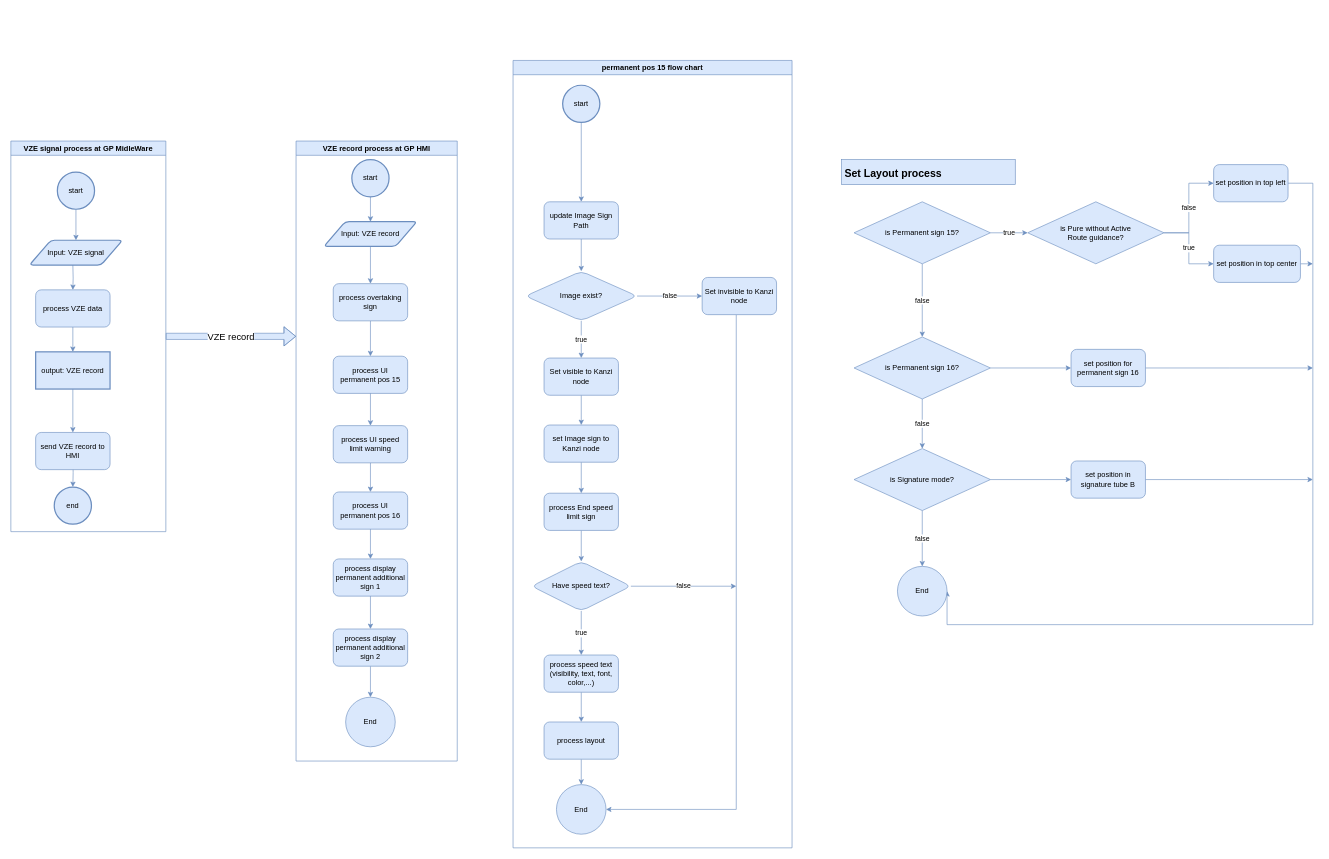
This is permanent_logic.drawio from LinhLa/Temp, a draw.io file, before an edit. Source tidied: cells renumbered, new cells numbered last; positions are measured from the earlier drawing's top-left corner, leaving out a move shared by most shapes. Both pictures are drawn from the tidied source at 62%, with x=0, y=0 at pixel (11, 60).
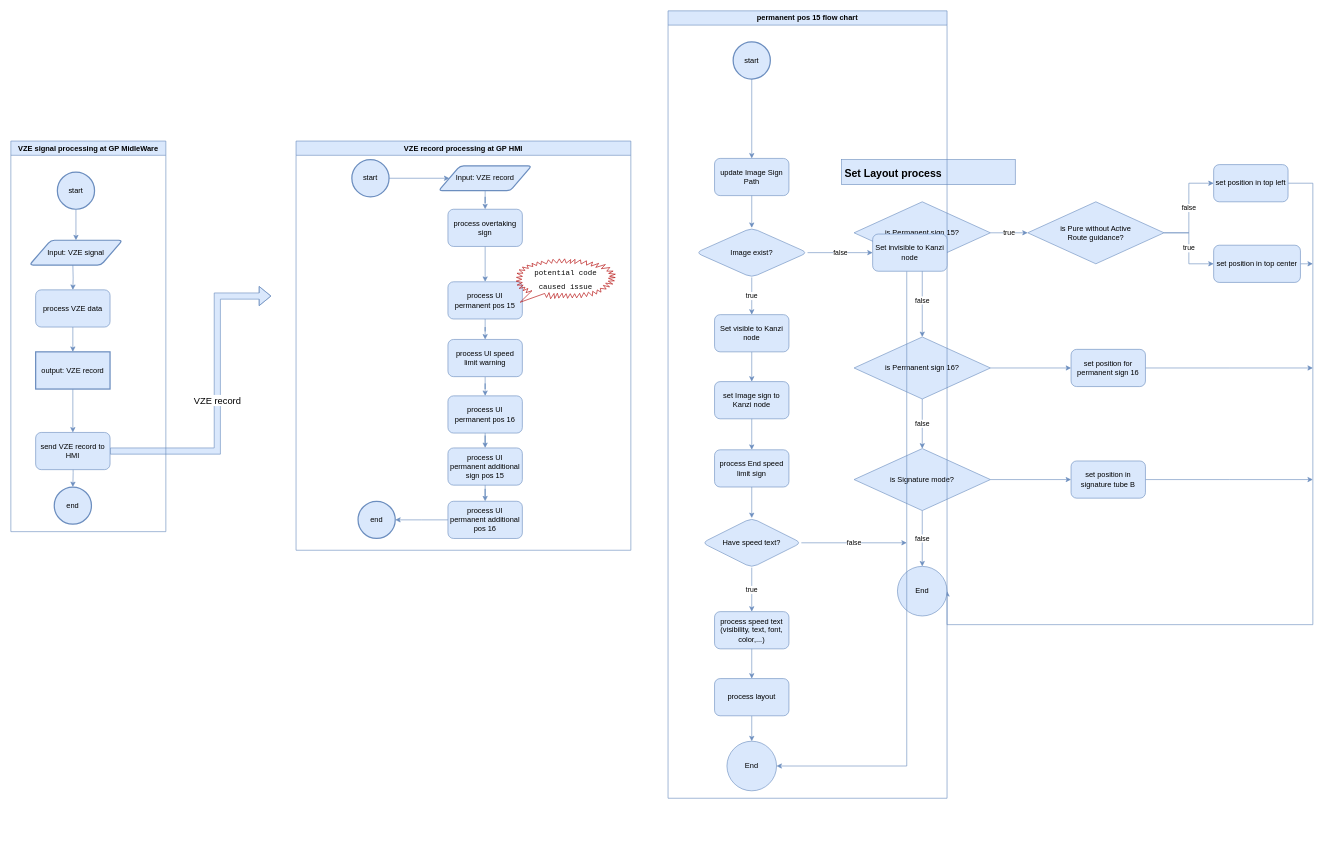
The same diagram, later.

The change refers to these unchanged cells:
```xml
<mxCell id="33" value="send VZE record to HMI" style="whiteSpace=wrap;html=1;fillColor=#dae8fc;strokeColor=#6c8ebf;rounded=1;" parent="25" vertex="1">
  <mxGeometry x="40" y="470" width="120" height="60" as="geometry" />
</mxCell>
```

Diff of the diagram source:
```diff
@@
-    <mxCell id="24" value="&lt;font style=&quot;font-size: 15px;&quot;&gt;VZE record&lt;/font&gt;" style="edgeStyle=orthogonalEdgeStyle;rounded=0;jettySize=auto;html=1;shape=flexArrow;fillColor=#dae8fc;strokeColor=#6c8ebf;" parent="1" edge="1" source="25">
+    <mxCell id="24" value="&lt;font style=&quot;font-size: 15px;&quot;&gt;VZE record&lt;/font&gt;" style="edgeStyle=orthogonalEdgeStyle;rounded=0;jettySize=auto;html=1;shape=flexArrow;fillColor=#dae8fc;strokeColor=#6c8ebf;exitX=1;exitY=0.5;exitDx=0;exitDy=0;" parent="1" edge="1" source="33">
       <mxGeometry relative="1" as="geometry">
-        <mxPoint x="460" y="445" as="targetPoint" />
+        <mxPoint x="420" y="380" as="targetPoint" />
+        <Array as="points">
+          <mxPoint x="333" y="630" />
+          <mxPoint x="333" y="380" />
+        </Array>
       </mxGeometry>
     </mxCell>
-    <mxCell id="25" value="VZE signal process at GP MidleWare" style="swimlane;whiteSpace=wrap;html=1;fillColor=#dae8fc;strokeColor=#6c8ebf;" parent="1" vertex="1">
+    <mxCell id="25" value="VZE signal&amp;nbsp;processing&amp;nbsp;at GP MidleWare" style="swimlane;whiteSpace=wrap;html=1;fillColor=#dae8fc;strokeColor=#6c8ebf;" parent="1" vertex="1">
       <mxGeometry y="130" width="250" height="630" as="geometry" />
     </mxCell>
@@
-    <mxCell id="37" value="VZE record process at GP HMI" style="swimlane;whiteSpace=wrap;html=1;fillColor=#dae8fc;strokeColor=#6c8ebf;" parent="1" vertex="1">
-      <mxGeometry x="460" y="130" width="260" height="1000" as="geometry" />
+    <mxCell id="37" value="VZE record&amp;nbsp;processing&amp;nbsp;at GP HMI" style="swimlane;whiteSpace=wrap;html=1;fillColor=#dae8fc;strokeColor=#6c8ebf;" parent="1" vertex="1">
+      <mxGeometry x="460" y="130" width="540" height="660" as="geometry" />
     </mxCell>
     <mxCell id="38" value="process UI permanent pos 16" style="whiteSpace=wrap;html=1;rounded=1;glass=0;strokeWidth=1;shadow=0;fillColor=#dae8fc;strokeColor=#6c8ebf;" parent="37" vertex="1">
-      <mxGeometry x="60" y="566" width="120" height="60" as="geometry" />
+      <mxGeometry x="245" y="411" width="120" height="60" as="geometry" />
     </mxCell>
-    <mxCell id="39" value="End" style="ellipse;whiteSpace=wrap;html=1;fillColor=#dae8fc;strokeColor=#6c8ebf;" parent="37" vertex="1">
-      <mxGeometry x="80" y="897" width="80" height="80" as="geometry" />
-    </mxCell>
     <mxCell id="40" value="process UI permanent pos 15" style="rounded=1;whiteSpace=wrap;html=1;fillColor=#dae8fc;strokeColor=#6c8ebf;" parent="37" vertex="1">
-      <mxGeometry x="60" y="347" width="120" height="60" as="geometry" />
+      <mxGeometry x="245" y="227" width="120" height="60" as="geometry" />
     </mxCell>
@@
     <mxCell id="42" value="process UI speed limit warning" style="whiteSpace=wrap;html=1;fillColor=#dae8fc;strokeColor=#6c8ebf;rounded=1;" parent="37" vertex="1">
-      <mxGeometry x="60" y="459" width="120" height="60" as="geometry" />
+      <mxGeometry x="245" y="320" width="120" height="60" as="geometry" />
     </mxCell>
@@
-    <mxCell id="44" value="process display permanent additional sign 1" style="whiteSpace=wrap;html=1;rounded=1;glass=0;strokeWidth=1;shadow=0;fillColor=#dae8fc;strokeColor=#6c8ebf;" parent="37" vertex="1">
-      <mxGeometry x="60" y="674" width="120" height="60" as="geometry" />
+    <mxCell id="44" value="process UI permanent additional sign pos 15" style="whiteSpace=wrap;html=1;rounded=1;glass=0;strokeWidth=1;shadow=0;fillColor=#dae8fc;strokeColor=#6c8ebf;" parent="37" vertex="1">
+      <mxGeometry x="245" y="495" width="120" height="60" as="geometry" />
     </mxCell>
@@
-    <mxCell id="46" style="edgeStyle=orthogonalEdgeStyle;rounded=0;jettySize=auto;html=1;fillColor=#dae8fc;strokeColor=#6c8ebf;" parent="37" edge="1" source="47" target="39">
-      <mxGeometry relative="1" as="geometry" />
+    <mxCell id="46" style="edgeStyle=orthogonalEdgeStyle;rounded=0;jettySize=auto;html=1;fillColor=#dae8fc;strokeColor=#6c8ebf;" parent="37" edge="1" source="47">
+      <mxGeometry relative="1" as="geometry">
+        <mxPoint x="160" y="611" as="targetPoint" />
+      </mxGeometry>
     </mxCell>
-    <mxCell id="47" value="process display permanent additional sign 2" style="whiteSpace=wrap;html=1;rounded=1;glass=0;strokeWidth=1;shadow=0;fillColor=#dae8fc;strokeColor=#6c8ebf;" parent="37" vertex="1">
-      <mxGeometry x="60" y="787" width="120" height="60" as="geometry" />
+    <mxCell id="47" value="process UI permanent additional pos 16" style="whiteSpace=wrap;html=1;rounded=1;glass=0;strokeWidth=1;shadow=0;fillColor=#dae8fc;strokeColor=#6c8ebf;" parent="37" vertex="1">
+      <mxGeometry x="245" y="581" width="120" height="60" as="geometry" />
     </mxCell>
@@
     <mxCell id="50" value="process overtaking sign" style="rounded=1;whiteSpace=wrap;html=1;fillColor=#dae8fc;strokeColor=#6c8ebf;" parent="37" vertex="1">
-      <mxGeometry x="60" y="230" width="120" height="60" as="geometry" />
+      <mxGeometry x="245" y="110" width="120" height="60" as="geometry" />
     </mxCell>
@@
     <mxCell id="52" value="Input: VZE record" style="shape=parallelogram;html=1;strokeWidth=2;perimeter=parallelogramPerimeter;whiteSpace=wrap;rounded=1;arcSize=12;size=0.23;fillColor=#dae8fc;strokeColor=#6c8ebf;" parent="37" vertex="1">
-      <mxGeometry x="45" y="130" width="150" height="40" as="geometry" />
+      <mxGeometry x="230" y="40" width="150" height="40" as="geometry" />
     </mxCell>
@@
+    <mxCell id="79" value="&lt;pre style=&quot;line-height: 80%;&quot;&gt;&lt;font color=&quot;#080808&quot;&gt;potential code&lt;/font&gt;&lt;/pre&gt;&lt;pre style=&quot;line-height: 80%;&quot;&gt;&lt;font color=&quot;#080808&quot;&gt;caused issue&lt;/font&gt;&lt;/pre&gt;" style="whiteSpace=wrap;html=1;shape=mxgraph.basic.loud_callout;fillColor=none;strokeColor=#B20000;fontColor=#ffffff;" parent="37" vertex="1">
+      <mxGeometry x="355" y="190" width="160" height="70" as="geometry" />
+    </mxCell>
+    <mxCell id="80" value="end" style="strokeWidth=2;html=1;shape=mxgraph.flowchart.start_2;whiteSpace=wrap;fillColor=#dae8fc;strokeColor=#6c8ebf;" parent="37" vertex="1">
+      <mxGeometry x="100" y="581" width="60" height="60" as="geometry" />
+    </mxCell>
     <mxCell id="55" value="permanent pos 15 flow chart" style="swimlane;whiteSpace=wrap;html=1;fillColor=#dae8fc;strokeColor=#6c8ebf;" parent="1" vertex="1">
-      <mxGeometry x="810" width="450" height="1270" as="geometry" />
+      <mxGeometry x="1060" y="-80" width="450" height="1270" as="geometry" />
     </mxCell>
     <mxCell id="56" value="start" style="strokeWidth=2;html=1;shape=mxgraph.flowchart.start_2;whiteSpace=wrap;fillColor=#dae8fc;strokeColor=#6c8ebf;" parent="55" vertex="1">
-      <mxGeometry x="80" y="40" width="60" height="60" as="geometry" />
+      <mxGeometry x="105" y="50" width="60" height="60" as="geometry" />
     </mxCell>
-    <mxCell id="57" style="edgeStyle=orthogonalEdgeStyle;rounded=0;jettySize=auto;html=1;fillColor=#dae8fc;strokeColor=#6c8ebf;" parent="1" edge="1" source="58" target="77">
-      <mxGeometry relative="1" as="geometry" />
-    </mxCell>
-    <mxCell id="58" value="set Image sign to Kanzi node" style="whiteSpace=wrap;html=1;rounded=1;glass=0;strokeWidth=1;shadow=0;fillColor=#dae8fc;strokeColor=#6c8ebf;" parent="1" vertex="1">
-      <mxGeometry x="860" y="588" width="120" height="60" as="geometry" />
+    <mxCell id="58" value="set Image sign to Kanzi node" style="whiteSpace=wrap;html=1;rounded=1;glass=0;strokeWidth=1;shadow=0;fillColor=#dae8fc;strokeColor=#6c8ebf;" parent="55" vertex="1">
+      <mxGeometry x="75" y="598" width="120" height="60" as="geometry" />
     </mxCell>
-    <mxCell id="59" style="edgeStyle=orthogonalEdgeStyle;rounded=0;jettySize=auto;html=1;fillColor=#dae8fc;strokeColor=#6c8ebf;" parent="1" edge="1" source="60" target="75">
-      <mxGeometry relative="1" as="geometry" />
-    </mxCell>
-    <mxCell id="60" value="process speed text&lt;br&gt;(visibility, text, font, color,...)" style="whiteSpace=wrap;html=1;rounded=1;glass=0;strokeWidth=1;shadow=0;fillColor=#dae8fc;strokeColor=#6c8ebf;" parent="1" vertex="1">
-      <mxGeometry x="860" y="959" width="120" height="60" as="geometry" />
+    <mxCell id="60" value="process speed text&lt;br&gt;(visibility, text, font, color,...)" style="whiteSpace=wrap;html=1;rounded=1;glass=0;strokeWidth=1;shadow=0;fillColor=#dae8fc;strokeColor=#6c8ebf;" parent="55" vertex="1">
+      <mxGeometry x="75" y="969" width="120" height="60" as="geometry" />
     </mxCell>
+    <mxCell id="62" value="update Image Sign Path" style="rounded=1;whiteSpace=wrap;html=1;fillColor=#dae8fc;strokeColor=#6c8ebf;" parent="55" vertex="1">
+      <mxGeometry x="75" y="238" width="120" height="60" as="geometry" />
+    </mxCell>
+    <mxCell id="65" value="Image exist?" style="rhombus;whiteSpace=wrap;html=1;fillColor=#dae8fc;strokeColor=#6c8ebf;rounded=1;" parent="55" vertex="1">
+      <mxGeometry x="45" y="350" width="180" height="80" as="geometry" />
+    </mxCell>
-    <mxCell id="61" style="edgeStyle=orthogonalEdgeStyle;rounded=0;jettySize=auto;html=1;fillColor=#dae8fc;strokeColor=#6c8ebf;" parent="1" edge="1" source="62" target="65">
+    <mxCell id="61" style="edgeStyle=orthogonalEdgeStyle;rounded=0;jettySize=auto;html=1;fillColor=#dae8fc;strokeColor=#6c8ebf;" parent="55" edge="1" source="62" target="65">
       <mxGeometry relative="1" as="geometry" />
     </mxCell>
-    <mxCell id="62" value="update Image Sign Path" style="rounded=1;whiteSpace=wrap;html=1;fillColor=#dae8fc;strokeColor=#6c8ebf;" parent="1" vertex="1">
-      <mxGeometry x="860" y="228" width="120" height="60" as="geometry" />
-    </mxCell>
-    <mxCell id="63" value="true" style="edgeStyle=orthogonalEdgeStyle;rounded=0;jettySize=auto;html=1;fillColor=#dae8fc;strokeColor=#6c8ebf;" parent="1" edge="1" source="65" target="68">
-      <mxGeometry relative="1" as="geometry" />
-    </mxCell>
-    <mxCell id="64" value="false" style="edgeStyle=orthogonalEdgeStyle;rounded=0;jettySize=auto;html=1;entryX=0;entryY=0.5;entryDx=0;entryDy=0;fillColor=#dae8fc;strokeColor=#6c8ebf;" parent="1" edge="1" source="65" target="70">
-      <mxGeometry relative="1" as="geometry" />
-    </mxCell>
-    <mxCell id="65" value="Image exist?" style="rhombus;whiteSpace=wrap;html=1;fillColor=#dae8fc;strokeColor=#6c8ebf;rounded=1;" parent="1" vertex="1">
-      <mxGeometry x="830" y="340" width="180" height="80" as="geometry" />
-    </mxCell>
-    <mxCell id="66" value="End" style="ellipse;whiteSpace=wrap;html=1;fillColor=#dae8fc;strokeColor=#6c8ebf;" parent="1" vertex="1">
-      <mxGeometry x="880" y="1168" width="80" height="80" as="geometry" />
-    </mxCell>
+    <mxCell id="81" value="End" style="ellipse;whiteSpace=wrap;html=1;fillColor=#dae8fc;strokeColor=#6c8ebf;" parent="55" vertex="1">
+      <mxGeometry x="95" y="1178" width="80" height="80" as="geometry" />
+    </mxCell>
-    <mxCell id="67" style="edgeStyle=orthogonalEdgeStyle;rounded=0;jettySize=auto;html=1;fillColor=#dae8fc;strokeColor=#6c8ebf;" parent="1" edge="1" source="68" target="58">
+    <mxCell id="67" style="edgeStyle=orthogonalEdgeStyle;rounded=0;jettySize=auto;html=1;fillColor=#dae8fc;strokeColor=#6c8ebf;" parent="55" edge="1" source="68" target="58">
       <mxGeometry relative="1" as="geometry" />
     </mxCell>
-    <mxCell id="68" value="Set visible to Kanzi node" style="whiteSpace=wrap;html=1;fillColor=#dae8fc;strokeColor=#6c8ebf;rounded=1;" parent="1" vertex="1">
-      <mxGeometry x="860" y="480" width="120" height="60" as="geometry" />
+    <mxCell id="68" value="Set visible to Kanzi node" style="whiteSpace=wrap;html=1;fillColor=#dae8fc;strokeColor=#6c8ebf;rounded=1;" parent="55" vertex="1">
+      <mxGeometry x="75" y="490" width="120" height="60" as="geometry" />
     </mxCell>
-    <mxCell id="69" style="edgeStyle=orthogonalEdgeStyle;rounded=0;jettySize=auto;html=1;entryX=1;entryY=0.5;entryDx=0;entryDy=0;fillColor=#dae8fc;strokeColor=#6c8ebf;" parent="1" edge="1" source="70" target="66">
-      <mxGeometry relative="1" as="geometry">
-        <Array as="points">
-          <mxPoint x="1170" y="1208" />
-        </Array>
-      </mxGeometry>
-    </mxCell>
+    <mxCell id="63" value="true" style="edgeStyle=orthogonalEdgeStyle;rounded=0;jettySize=auto;html=1;fillColor=#dae8fc;strokeColor=#6c8ebf;" parent="55" edge="1" source="65" target="68">
+      <mxGeometry relative="1" as="geometry" />
+    </mxCell>
+    <mxCell id="82" style="edgeStyle=orthogonalEdgeStyle;rounded=0;jettySize=auto;html=1;entryX=1;entryY=0.5;entryDx=0;entryDy=0;fillColor=#dae8fc;strokeColor=#6c8ebf;" parent="55" edge="1" source="70" target="81">
+      <mxGeometry relative="1" as="geometry">
+        <Array as="points">
+          <mxPoint x="385" y="1218" />
+        </Array>
+      </mxGeometry>
+    </mxCell>
-    <mxCell id="70" value="Set invisible to Kanzi node" style="whiteSpace=wrap;html=1;fillColor=#dae8fc;strokeColor=#6c8ebf;rounded=1;" parent="1" vertex="1">
-      <mxGeometry x="1115" y="350" width="120" height="60" as="geometry" />
+    <mxCell id="70" value="Set invisible to Kanzi node" style="whiteSpace=wrap;html=1;fillColor=#dae8fc;strokeColor=#6c8ebf;rounded=1;" parent="55" vertex="1">
+      <mxGeometry x="330" y="360" width="120" height="60" as="geometry" />
     </mxCell>
+    <mxCell id="64" value="false" style="edgeStyle=orthogonalEdgeStyle;rounded=0;jettySize=auto;html=1;entryX=0;entryY=0.5;entryDx=0;entryDy=0;fillColor=#dae8fc;strokeColor=#6c8ebf;" parent="55" edge="1" source="65" target="70">
+      <mxGeometry relative="1" as="geometry" />
+    </mxCell>
-    <mxCell id="71" value="true" style="edgeStyle=orthogonalEdgeStyle;rounded=0;jettySize=auto;html=1;entryX=0.5;entryY=0;entryDx=0;entryDy=0;fillColor=#dae8fc;strokeColor=#6c8ebf;" parent="1" edge="1" source="73" target="60">
+    <mxCell id="71" value="true" style="edgeStyle=orthogonalEdgeStyle;rounded=0;jettySize=auto;html=1;entryX=0.5;entryY=0;entryDx=0;entryDy=0;fillColor=#dae8fc;strokeColor=#6c8ebf;" parent="55" edge="1" source="73" target="60">
       <mxGeometry relative="1" as="geometry" />
     </mxCell>
-    <mxCell id="72" value="false" style="edgeStyle=orthogonalEdgeStyle;rounded=0;jettySize=auto;html=1;fillColor=#dae8fc;strokeColor=#6c8ebf;" parent="1" edge="1" source="73">
+    <mxCell id="72" value="false" style="edgeStyle=orthogonalEdgeStyle;rounded=0;jettySize=auto;html=1;fillColor=#dae8fc;strokeColor=#6c8ebf;" parent="55" edge="1" source="73">
       <mxGeometry relative="1" as="geometry">
-        <mxPoint x="1170" y="848" as="targetPoint" />
+        <mxPoint x="385" y="858" as="targetPoint" />
       </mxGeometry>
     </mxCell>
-    <mxCell id="73" value="Have speed text?" style="rhombus;whiteSpace=wrap;html=1;fillColor=#dae8fc;strokeColor=#6c8ebf;rounded=1;glass=0;strokeWidth=1;shadow=0;" parent="1" vertex="1">
-      <mxGeometry x="840" y="808" width="160" height="80" as="geometry" />
+    <mxCell id="73" value="Have speed text?" style="rhombus;whiteSpace=wrap;html=1;fillColor=#dae8fc;strokeColor=#6c8ebf;rounded=1;glass=0;strokeWidth=1;shadow=0;" parent="55" vertex="1">
+      <mxGeometry x="55" y="818" width="160" height="80" as="geometry" />
     </mxCell>
-    <mxCell id="74" style="edgeStyle=orthogonalEdgeStyle;rounded=0;jettySize=auto;html=1;fillColor=#dae8fc;strokeColor=#6c8ebf;" parent="1" edge="1" source="75" target="66">
-      <mxGeometry relative="1" as="geometry" />
-    </mxCell>
+    <mxCell id="83" style="edgeStyle=orthogonalEdgeStyle;rounded=0;jettySize=auto;html=1;fillColor=#dae8fc;strokeColor=#6c8ebf;" parent="55" edge="1" source="75" target="81">
+      <mxGeometry relative="1" as="geometry" />
+    </mxCell>
-    <mxCell id="75" value="process layout" style="whiteSpace=wrap;html=1;fillColor=#dae8fc;strokeColor=#6c8ebf;rounded=1;glass=0;strokeWidth=1;shadow=0;" parent="1" vertex="1">
-      <mxGeometry x="860" y="1067" width="120" height="60" as="geometry" />
+    <mxCell id="75" value="process layout" style="whiteSpace=wrap;html=1;fillColor=#dae8fc;strokeColor=#6c8ebf;rounded=1;glass=0;strokeWidth=1;shadow=0;" parent="55" vertex="1">
+      <mxGeometry x="75" y="1077" width="120" height="60" as="geometry" />
     </mxCell>
+    <mxCell id="59" style="edgeStyle=orthogonalEdgeStyle;rounded=0;jettySize=auto;html=1;fillColor=#dae8fc;strokeColor=#6c8ebf;" parent="55" edge="1" source="60" target="75">
+      <mxGeometry relative="1" as="geometry" />
+    </mxCell>
-    <mxCell id="76" style="edgeStyle=orthogonalEdgeStyle;rounded=0;jettySize=auto;html=1;entryX=0.5;entryY=0;entryDx=0;entryDy=0;fillColor=#dae8fc;strokeColor=#6c8ebf;" parent="1" edge="1" source="77" target="73">
+    <mxCell id="76" style="edgeStyle=orthogonalEdgeStyle;rounded=0;jettySize=auto;html=1;entryX=0.5;entryY=0;entryDx=0;entryDy=0;fillColor=#dae8fc;strokeColor=#6c8ebf;" parent="55" edge="1" source="77" target="73">
       <mxGeometry relative="1" as="geometry" />
     </mxCell>
-    <mxCell id="77" value="process End speed limit sign" style="whiteSpace=wrap;html=1;rounded=1;glass=0;strokeWidth=1;shadow=0;fillColor=#dae8fc;strokeColor=#6c8ebf;" parent="1" vertex="1">
-      <mxGeometry x="860" y="698" width="120" height="60" as="geometry" />
+    <mxCell id="77" value="process End speed limit sign" style="whiteSpace=wrap;html=1;rounded=1;glass=0;strokeWidth=1;shadow=0;fillColor=#dae8fc;strokeColor=#6c8ebf;" parent="55" vertex="1">
+      <mxGeometry x="75" y="708" width="120" height="60" as="geometry" />
     </mxCell>
+    <mxCell id="57" style="edgeStyle=orthogonalEdgeStyle;rounded=0;jettySize=auto;html=1;fillColor=#dae8fc;strokeColor=#6c8ebf;" parent="55" edge="1" source="58" target="77">
+      <mxGeometry relative="1" as="geometry" />
+    </mxCell>
-    <mxCell id="78" style="edgeStyle=orthogonalEdgeStyle;rounded=0;jettySize=auto;html=1;entryX=0.5;entryY=0;entryDx=0;entryDy=0;fillColor=#dae8fc;strokeColor=#6c8ebf;" parent="1" edge="1" source="56" target="62">
+    <mxCell id="78" style="edgeStyle=orthogonalEdgeStyle;rounded=0;jettySize=auto;html=1;entryX=0.5;entryY=0;entryDx=0;entryDy=0;fillColor=#dae8fc;strokeColor=#6c8ebf;" parent="55" edge="1" source="56" target="62">
       <mxGeometry relative="1" as="geometry" />
     </mxCell>
```
